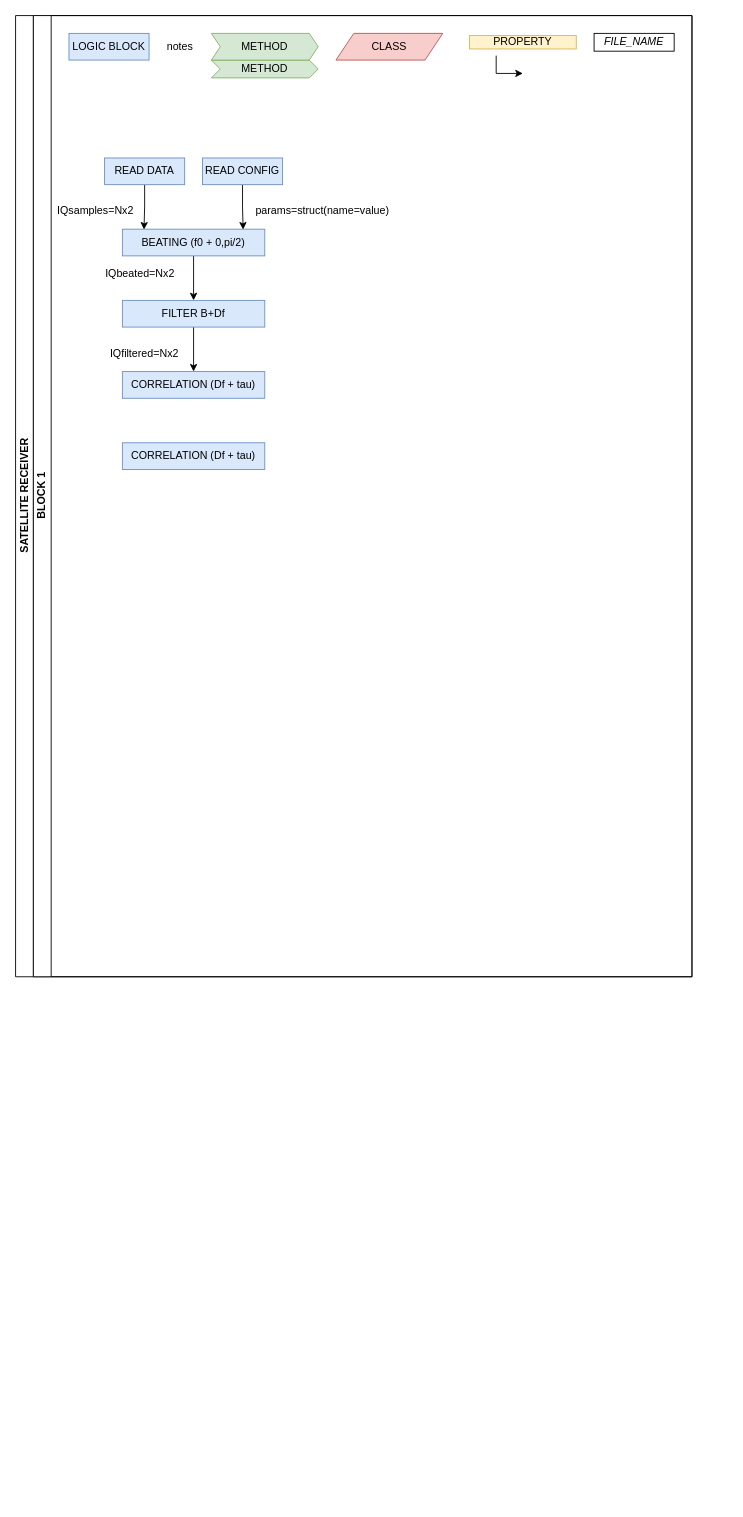
This is RECEIVER_blocks.drawio from DavideTomasella/Satellite-lab, a draw.io file, before an edit. Source tidied: cells renumbered, new cells numbered last; positions are measured from the earlier drawing's top-left corner, leaving out a move shared by most shapes. Both pictures are drawn from the tidied source at 89%, with x=0, y=0 at pixel (15, 15).
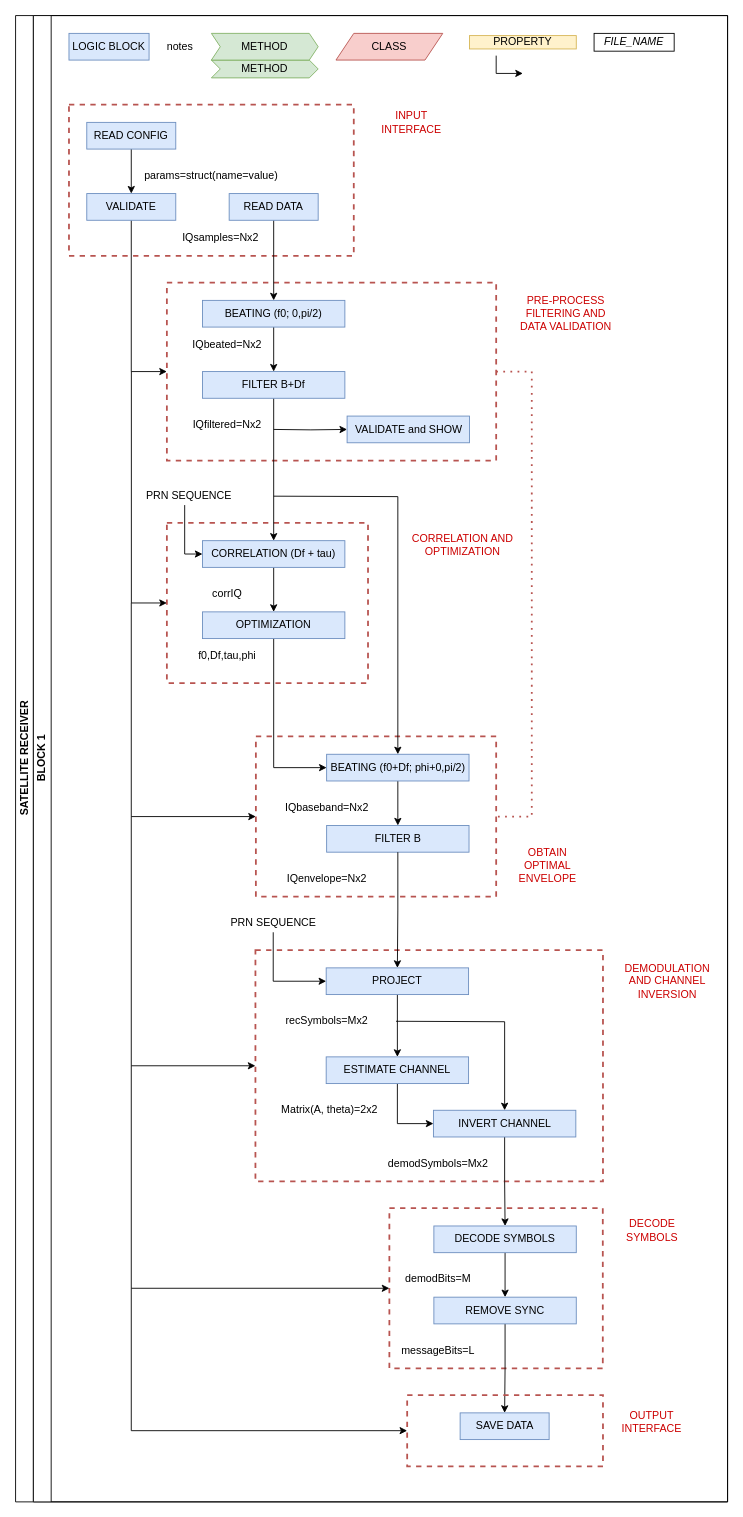
Above is the later version.

Diff of the diagram source:
```diff
@@
     <mxCell id="2" value="SATELLITE RECEIVER" style="swimlane;html=1;horizontal=0;startSize=20;" parent="1" vertex="1">
-      <mxGeometry width="760" height="1080" as="geometry" />
+      <mxGeometry width="800" height="1670" as="geometry" />
     </mxCell>
     <mxCell id="3" value="BLOCK 1" style="swimlane;html=1;startSize=20;horizontal=0;" parent="2" vertex="1">
-      <mxGeometry x="20" width="740" height="1080" as="geometry" />
+      <mxGeometry x="20" width="780" height="1670" as="geometry" />
     </mxCell>
+    <mxCell id="26" style="rounded=0;whiteSpace=wrap;html=1;dashed=1;fillColor=none;strokeColor=#b85450;strokeWidth=2;" parent="3" vertex="1">
+      <mxGeometry x="400" y="1340" width="239.8" height="180" as="geometry" />
+    </mxCell>
+    <mxCell id="27" style="rounded=0;whiteSpace=wrap;html=1;dashed=1;fillColor=none;strokeColor=#b85450;strokeWidth=2;" parent="3" vertex="1">
+      <mxGeometry x="250" y="810" width="270" height="180" as="geometry" />
+    </mxCell>
+    <mxCell id="28" style="rounded=0;whiteSpace=wrap;html=1;dashed=1;fillColor=none;strokeColor=#b85450;strokeWidth=2;" parent="3" vertex="1">
+      <mxGeometry x="150" y="570" width="226" height="180" as="geometry" />
+    </mxCell>
+    <mxCell id="29" style="rounded=0;whiteSpace=wrap;html=1;dashed=1;fillColor=none;strokeColor=#b85450;strokeWidth=2;" parent="3" vertex="1">
+      <mxGeometry x="150" y="300" width="370" height="200" as="geometry" />
+    </mxCell>
+    <mxCell id="30" style="rounded=0;whiteSpace=wrap;html=1;dashed=1;fillColor=none;strokeColor=#b85450;strokeWidth=2;" parent="3" vertex="1">
+      <mxGeometry x="40" y="100" width="320" height="170" as="geometry" />
+    </mxCell>
@@
-    <mxCell id="12" style="edgeStyle=orthogonalEdgeStyle;rounded=0;jettySize=auto;html=1;entryX=0.152;entryY=0.017;entryDx=0;entryDy=0;entryPerimeter=0;" parent="3" edge="1" source="13" target="17">
+    <mxCell id="12" style="edgeStyle=orthogonalEdgeStyle;rounded=0;jettySize=auto;html=1;entryX=0.5;entryY=0;entryDx=0;entryDy=0;" parent="3" edge="1" source="13" target="17">
       <mxGeometry relative="1" as="geometry" />
     </mxCell>
     <mxCell id="13" value="READ DATA" style="rounded=0;whiteSpace=wrap;html=1;fontFamily=Helvetica;fontSize=12;align=center;fillColor=#dae8fc;strokeColor=#6c8ebf;" parent="3" vertex="1">
-      <mxGeometry x="80" y="160" width="90" height="30" as="geometry" />
+      <mxGeometry x="220" y="200" width="100" height="30" as="geometry" />
     </mxCell>
-    <mxCell id="14" style="edgeStyle=orthogonalEdgeStyle;rounded=0;jettySize=auto;html=1;entryX=0.848;entryY=0.017;entryDx=0;entryDy=0;entryPerimeter=0;" parent="3" edge="1" source="15" target="17">
-      <mxGeometry relative="1" as="geometry" />
+    <mxCell id="14" style="edgeStyle=orthogonalEdgeStyle;rounded=0;jettySize=auto;html=1;entryX=0;entryY=0.5;entryDx=0;entryDy=0;" parent="3" edge="1" source="15" target="29">
+      <mxGeometry relative="1" as="geometry">
+        <Array as="points">
+          <mxPoint x="110" y="400" />
+        </Array>
+      </mxGeometry>
     </mxCell>
-    <mxCell id="15" value="READ CONFIG" style="rounded=0;whiteSpace=wrap;html=1;fontFamily=Helvetica;fontSize=12;align=center;fillColor=#dae8fc;strokeColor=#6c8ebf;" parent="3" vertex="1">
-      <mxGeometry x="190" y="160" width="90" height="30" as="geometry" />
+    <mxCell id="15" value="VALIDATE" style="rounded=0;whiteSpace=wrap;html=1;fontFamily=Helvetica;fontSize=12;align=center;fillColor=#dae8fc;strokeColor=#6c8ebf;" parent="3" vertex="1">
+      <mxGeometry x="60" y="200" width="100" height="30" as="geometry" />
     </mxCell>
@@
-    <mxCell id="17" value="BEATING (f0 + 0,pi/2)" style="rounded=0;whiteSpace=wrap;html=1;fontFamily=Helvetica;fontSize=12;align=center;fillColor=#dae8fc;strokeColor=#6c8ebf;" parent="3" vertex="1">
-      <mxGeometry x="100" y="240" width="160" height="30" as="geometry" />
+    <mxCell id="17" value="BEATING (f0; 0,pi/2)" style="rounded=0;whiteSpace=wrap;html=1;fontFamily=Helvetica;fontSize=12;align=center;fillColor=#dae8fc;strokeColor=#6c8ebf;" parent="3" vertex="1">
+      <mxGeometry x="190" y="320" width="160" height="30" as="geometry" />
     </mxCell>
@@
+    <mxCell id="31" style="edgeStyle=orthogonalEdgeStyle;rounded=0;jettySize=auto;html=1;entryX=0;entryY=0.5;entryDx=0;entryDy=0;fontColor=#CC0000;" parent="3" edge="1" target="38">
+      <mxGeometry relative="1" as="geometry">
+        <mxPoint x="270" y="465" as="sourcePoint" />
+      </mxGeometry>
+    </mxCell>
     <mxCell id="19" value="FILTER B+Df" style="rounded=0;whiteSpace=wrap;html=1;fontFamily=Helvetica;fontSize=12;align=center;fillColor=#dae8fc;strokeColor=#6c8ebf;" parent="3" vertex="1">
-      <mxGeometry x="100" y="320" width="160" height="30" as="geometry" />
+      <mxGeometry x="190" y="400" width="160" height="30" as="geometry" />
     </mxCell>
+    <mxCell id="32" style="edgeStyle=orthogonalEdgeStyle;rounded=0;jettySize=auto;html=1;entryX=0;entryY=0.5;entryDx=0;entryDy=0;fontColor=#CC0000;exitX=0.5;exitY=1;exitDx=0;exitDy=0;" parent="3" edge="1" source="47" target="44">
+      <mxGeometry relative="1" as="geometry">
+        <Array as="points">
+          <mxPoint x="270" y="845" />
+        </Array>
+      </mxGeometry>
+    </mxCell>
+    <mxCell id="33" style="edgeStyle=orthogonalEdgeStyle;rounded=0;jettySize=auto;html=1;fontColor=#CC0000;" parent="3" edge="1" source="20" target="47">
+      <mxGeometry relative="1" as="geometry" />
+    </mxCell>
     <mxCell id="20" value="CORRELATION (Df + tau)" style="rounded=0;whiteSpace=wrap;html=1;fontFamily=Helvetica;fontSize=12;align=center;fillColor=#dae8fc;strokeColor=#6c8ebf;" parent="3" vertex="1">
-      <mxGeometry x="100" y="400" width="160" height="30" as="geometry" />
+      <mxGeometry x="190" y="590" width="160" height="30" as="geometry" />
     </mxCell>
     <mxCell id="21" value="params=struct(name=value)" style="text;html=1;strokeColor=none;fillColor=none;align=center;verticalAlign=middle;whiteSpace=wrap;rounded=0;" parent="3" vertex="1">
-      <mxGeometry x="250" y="210" width="150" height="20" as="geometry" />
+      <mxGeometry x="120" y="170" width="160" height="20" as="geometry" />
     </mxCell>
     <mxCell id="22" value="IQsamples=Nx2" style="text;html=1;strokeColor=none;fillColor=none;align=center;verticalAlign=middle;whiteSpace=wrap;rounded=0;" parent="3" vertex="1">
-      <mxGeometry x="30" y="210" width="80" height="20" as="geometry" />
+      <mxGeometry x="162.5" y="240" width="95" height="20" as="geometry" />
     </mxCell>
     <mxCell id="23" value="IQbeated=Nx2" style="text;html=1;strokeColor=none;fillColor=none;align=center;verticalAlign=middle;whiteSpace=wrap;rounded=0;" parent="3" vertex="1">
-      <mxGeometry x="80" y="280" width="80" height="20" as="geometry" />
+      <mxGeometry x="177.5" y="360" width="80" height="20" as="geometry" />
     </mxCell>
     <mxCell id="24" value="IQfiltered=Nx2" style="text;html=1;strokeColor=none;fillColor=none;align=center;verticalAlign=middle;whiteSpace=wrap;rounded=0;" parent="3" vertex="1">
-      <mxGeometry x="85" y="370" width="80" height="20" as="geometry" />
+      <mxGeometry x="177.5" y="450" width="80" height="20" as="geometry" />
     </mxCell>
-    <mxCell id="25" value="CORRELATION (Df + tau)" style="rounded=0;whiteSpace=wrap;html=1;fontFamily=Helvetica;fontSize=12;align=center;fillColor=#dae8fc;strokeColor=#6c8ebf;" parent="3" vertex="1">
-      <mxGeometry x="100" y="480" width="160" height="30" as="geometry" />
-    </mxCell>
+    <mxCell id="34" value="&lt;font color=&quot;#cc0000&quot;&gt;INPUT INTERFACE&lt;/font&gt;" style="text;html=1;strokeColor=none;fillColor=none;align=center;verticalAlign=middle;whiteSpace=wrap;rounded=0;" parent="3" vertex="1">
+      <mxGeometry x="379.5" y="100" width="90" height="40" as="geometry" />
+    </mxCell>
+    <mxCell id="35" value="&lt;font color=&quot;#cc0000&quot;&gt;PRE-PROCESS FILTERING AND DATA VALIDATION&lt;/font&gt;" style="text;html=1;strokeColor=none;fillColor=none;align=center;verticalAlign=middle;whiteSpace=wrap;rounded=0;" parent="3" vertex="1">
+      <mxGeometry x="536" y="310" width="125" height="50" as="geometry" />
+    </mxCell>
+    <mxCell id="36" style="edgeStyle=orthogonalEdgeStyle;rounded=0;jettySize=auto;html=1;fontColor=#CC0000;" parent="3" edge="1" source="37" target="15">
+      <mxGeometry relative="1" as="geometry" />
+    </mxCell>
+    <mxCell id="37" value="READ CONFIG" style="rounded=0;whiteSpace=wrap;html=1;fontFamily=Helvetica;fontSize=12;align=center;fillColor=#dae8fc;strokeColor=#6c8ebf;" parent="3" vertex="1">
+      <mxGeometry x="60" y="120" width="100" height="30" as="geometry" />
+    </mxCell>
+    <mxCell id="38" value="VALIDATE and SHOW" style="rounded=0;whiteSpace=wrap;html=1;fontFamily=Helvetica;fontSize=12;align=center;fillColor=#dae8fc;strokeColor=#6c8ebf;" parent="3" vertex="1">
+      <mxGeometry x="352.5" y="450" width="137.5" height="30" as="geometry" />
+    </mxCell>
+    <mxCell id="39" value="f0,Df,tau,phi" style="text;html=1;strokeColor=none;fillColor=none;align=center;verticalAlign=middle;whiteSpace=wrap;rounded=0;" parent="3" vertex="1">
+      <mxGeometry x="177.5" y="710" width="80" height="20" as="geometry" />
+    </mxCell>
+    <mxCell id="40" style="edgeStyle=orthogonalEdgeStyle;rounded=0;jettySize=auto;html=1;fontColor=#CC0000;entryX=0;entryY=0.5;entryDx=0;entryDy=0;" parent="3" edge="1" source="41" target="20">
+      <mxGeometry relative="1" as="geometry">
+        <Array as="points">
+          <mxPoint x="170" y="605" />
+        </Array>
+      </mxGeometry>
+    </mxCell>
+    <mxCell id="41" value="PRN SEQUENCE" style="text;html=1;strokeColor=none;fillColor=none;align=center;verticalAlign=middle;whiteSpace=wrap;rounded=0;" parent="3" vertex="1">
+      <mxGeometry x="120" y="530" width="110" height="20" as="geometry" />
+    </mxCell>
+    <mxCell id="42" style="edgeStyle=orthogonalEdgeStyle;rounded=0;jettySize=auto;html=1;entryX=0;entryY=0.5;entryDx=0;entryDy=0;" parent="3" edge="1" target="28">
+      <mxGeometry relative="1" as="geometry">
+        <mxPoint x="110.1" y="399.9" as="sourcePoint" />
+        <Array as="points">
+          <mxPoint x="110" y="660" />
+        </Array>
+      </mxGeometry>
+    </mxCell>
+    <mxCell id="43" style="edgeStyle=orthogonalEdgeStyle;rounded=0;jettySize=auto;html=1;fontColor=#CC0000;" parent="3" edge="1" source="44" target="45">
+      <mxGeometry relative="1" as="geometry" />
+    </mxCell>
+    <mxCell id="44" value="BEATING (f0+Df; phi+0,pi/2)" style="rounded=0;whiteSpace=wrap;html=1;fontFamily=Helvetica;fontSize=12;align=center;fillColor=#dae8fc;strokeColor=#6c8ebf;" parent="3" vertex="1">
+      <mxGeometry x="329.5" y="830" width="160" height="30" as="geometry" />
+    </mxCell>
+    <mxCell id="45" value="FILTER B" style="rounded=0;whiteSpace=wrap;html=1;fontFamily=Helvetica;fontSize=12;align=center;fillColor=#dae8fc;strokeColor=#6c8ebf;" parent="3" vertex="1">
+      <mxGeometry x="329.5" y="910" width="160" height="30" as="geometry" />
+    </mxCell>
+    <mxCell id="46" value="&lt;font color=&quot;#cc0000&quot;&gt;CORRELATION AND OPTIMIZATION&lt;/font&gt;" style="text;html=1;strokeColor=none;fillColor=none;align=center;verticalAlign=middle;whiteSpace=wrap;rounded=0;" parent="3" vertex="1">
+      <mxGeometry x="420" y="570" width="125" height="50" as="geometry" />
+    </mxCell>
+    <mxCell id="47" value="OPTIMIZATION" style="rounded=0;whiteSpace=wrap;html=1;fontFamily=Helvetica;fontSize=12;align=center;fillColor=#dae8fc;strokeColor=#6c8ebf;" parent="3" vertex="1">
+      <mxGeometry x="190" y="670" width="160" height="30" as="geometry" />
+    </mxCell>
+    <mxCell id="48" value="corrIQ" style="text;html=1;strokeColor=none;fillColor=none;align=center;verticalAlign=middle;whiteSpace=wrap;rounded=0;" parent="3" vertex="1">
+      <mxGeometry x="177.5" y="640" width="80" height="20" as="geometry" />
+    </mxCell>
+    <mxCell id="49" value="IQbaseband=Nx2" style="text;html=1;strokeColor=none;fillColor=none;align=center;verticalAlign=middle;whiteSpace=wrap;rounded=0;" parent="3" vertex="1">
+      <mxGeometry x="280" y="880" width="100" height="20" as="geometry" />
+    </mxCell>
+    <mxCell id="50" value="IQenvelope=Nx2" style="text;html=1;strokeColor=none;fillColor=none;align=center;verticalAlign=middle;whiteSpace=wrap;rounded=0;" parent="3" vertex="1">
+      <mxGeometry x="280" y="960" width="100" height="20" as="geometry" />
+    </mxCell>
+    <mxCell id="51" value="&lt;font color=&quot;#cc0000&quot;&gt;OBTAIN OPTIMAL ENVELOPE&lt;/font&gt;" style="text;html=1;strokeColor=none;fillColor=none;align=center;verticalAlign=middle;whiteSpace=wrap;rounded=0;" parent="3" vertex="1">
+      <mxGeometry x="536" y="930" width="84" height="50" as="geometry" />
+    </mxCell>
+    <mxCell id="52" style="edgeStyle=orthogonalEdgeStyle;rounded=0;jettySize=auto;html=1;entryX=0;entryY=0.5;entryDx=0;entryDy=0;" parent="3" edge="1" target="27">
+      <mxGeometry relative="1" as="geometry">
+        <mxPoint x="110" y="660" as="sourcePoint" />
+        <Array as="points">
+          <mxPoint x="110" y="900" />
+        </Array>
+      </mxGeometry>
+    </mxCell>
+    <mxCell id="53" style="endArrow=none;dashed=1;html=1;dashPattern=1 3;strokeWidth=2;rounded=0;fontColor=#CC0000;exitX=1;exitY=0.5;exitDx=0;exitDy=0;entryX=1;entryY=0.5;entryDx=0;entryDy=0;fillColor=#f8cecc;strokeColor=#b85450;" parent="3" edge="1" source="29" target="27">
+      <mxGeometry relative="1" as="geometry">
+        <Array as="points">
+          <mxPoint x="560" y="400" />
+          <mxPoint x="560" y="650" />
+          <mxPoint x="560" y="900" />
+        </Array>
+      </mxGeometry>
+    </mxCell>
+    <mxCell id="54" style="rounded=0;whiteSpace=wrap;html=1;dashed=1;fillColor=none;strokeColor=#b85450;strokeWidth=2;" parent="3" vertex="1">
+      <mxGeometry x="249.5" y="1050" width="390.5" height="260" as="geometry" />
+    </mxCell>
+    <mxCell id="55" style="edgeStyle=orthogonalEdgeStyle;rounded=0;jettySize=auto;html=1;fontColor=#CC0000;" parent="3" edge="1" source="56" target="61">
+      <mxGeometry relative="1" as="geometry" />
+    </mxCell>
+    <mxCell id="56" value="PROJECT" style="rounded=0;whiteSpace=wrap;html=1;fontFamily=Helvetica;fontSize=12;align=center;fillColor=#dae8fc;strokeColor=#6c8ebf;" parent="3" vertex="1">
+      <mxGeometry x="329" y="1070" width="160" height="30" as="geometry" />
+    </mxCell>
+    <mxCell id="57" style="edgeStyle=orthogonalEdgeStyle;rounded=0;jettySize=auto;html=1;fontColor=#CC0000;entryX=0;entryY=0.5;entryDx=0;entryDy=0;exitX=0.5;exitY=1;exitDx=0;exitDy=0;" parent="3" edge="1" source="58" target="56">
+      <mxGeometry relative="1" as="geometry" />
+    </mxCell>
+    <mxCell id="58" value="PRN SEQUENCE" style="text;html=1;strokeColor=none;fillColor=none;align=center;verticalAlign=middle;whiteSpace=wrap;rounded=0;" parent="3" vertex="1">
+      <mxGeometry x="214.5" y="1010" width="110" height="20" as="geometry" />
+    </mxCell>
+    <mxCell id="59" style="edgeStyle=orthogonalEdgeStyle;rounded=0;jettySize=auto;html=1;fontColor=#CC0000;entryX=0.5;entryY=0;entryDx=0;entryDy=0;" parent="3" edge="1" source="45" target="56">
+      <mxGeometry relative="1" as="geometry" />
+    </mxCell>
+    <mxCell id="60" style="edgeStyle=orthogonalEdgeStyle;rounded=0;jettySize=auto;html=1;fontColor=#CC0000;entryX=0;entryY=0.5;entryDx=0;entryDy=0;" parent="3" edge="1" source="61" target="64">
+      <mxGeometry relative="1" as="geometry" />
+    </mxCell>
+    <mxCell id="61" value="ESTIMATE CHANNEL" style="rounded=0;whiteSpace=wrap;html=1;fontFamily=Helvetica;fontSize=12;align=center;fillColor=#dae8fc;strokeColor=#6c8ebf;" parent="3" vertex="1">
+      <mxGeometry x="329" y="1170" width="160" height="30" as="geometry" />
+    </mxCell>
+    <mxCell id="62" value="recSymbols=Mx2" style="text;html=1;strokeColor=none;fillColor=none;align=center;verticalAlign=middle;whiteSpace=wrap;rounded=0;" parent="3" vertex="1">
+      <mxGeometry x="279.5" y="1119" width="100" height="20" as="geometry" />
+    </mxCell>
+    <mxCell id="63" style="edgeStyle=orthogonalEdgeStyle;rounded=0;jettySize=auto;html=1;fontColor=#CC0000;" parent="3" edge="1" source="64" target="67">
+      <mxGeometry relative="1" as="geometry" />
+    </mxCell>
+    <mxCell id="64" value="INVERT CHANNEL" style="rounded=0;whiteSpace=wrap;html=1;fontFamily=Helvetica;fontSize=12;align=center;fillColor=#dae8fc;strokeColor=#6c8ebf;" parent="3" vertex="1">
+      <mxGeometry x="449.5" y="1230" width="160" height="30" as="geometry" />
+    </mxCell>
+    <mxCell id="65" value="Matrix(A, theta)=2x2" style="text;html=1;strokeColor=none;fillColor=none;align=center;verticalAlign=middle;whiteSpace=wrap;rounded=0;" parent="3" vertex="1">
+      <mxGeometry x="276" y="1220" width="113.5" height="20" as="geometry" />
+    </mxCell>
+    <mxCell id="66" style="edgeStyle=orthogonalEdgeStyle;rounded=0;jettySize=auto;html=1;fontColor=#CC0000;" parent="3" edge="1" source="67" target="73">
+      <mxGeometry relative="1" as="geometry" />
+    </mxCell>
+    <mxCell id="67" value="DECODE SYMBOLS" style="rounded=0;whiteSpace=wrap;html=1;fontFamily=Helvetica;fontSize=12;align=center;fillColor=#dae8fc;strokeColor=#6c8ebf;" parent="3" vertex="1">
+      <mxGeometry x="450" y="1360" width="160" height="30" as="geometry" />
+    </mxCell>
+    <mxCell id="68" value="demodSymbols=Mx2" style="text;html=1;strokeColor=none;fillColor=none;align=center;verticalAlign=middle;whiteSpace=wrap;rounded=0;" parent="3" vertex="1">
+      <mxGeometry x="400" y="1280" width="110" height="20" as="geometry" />
+    </mxCell>
+    <mxCell id="69" value="&lt;font color=&quot;#cc0000&quot;&gt;DEMODULATION AND CHANNEL INVERSION&lt;/font&gt;" style="text;html=1;strokeColor=none;fillColor=none;align=center;verticalAlign=middle;whiteSpace=wrap;rounded=0;" parent="3" vertex="1">
+      <mxGeometry x="649.5" y="1060" width="125" height="50" as="geometry" />
+    </mxCell>
+    <mxCell id="70" style="edgeStyle=orthogonalEdgeStyle;rounded=0;jettySize=auto;html=1;entryX=0;entryY=0.5;entryDx=0;entryDy=0;" parent="3" edge="1" target="54">
+      <mxGeometry relative="1" as="geometry">
+        <mxPoint x="110" y="900" as="sourcePoint" />
+        <Array as="points">
+          <mxPoint x="110" y="1180" />
+        </Array>
+      </mxGeometry>
+    </mxCell>
+    <mxCell id="71" value="demodBits=M" style="text;html=1;strokeColor=none;fillColor=none;align=center;verticalAlign=middle;whiteSpace=wrap;rounded=0;" parent="3" vertex="1">
+      <mxGeometry x="400" y="1410" width="110" height="20" as="geometry" />
+    </mxCell>
+    <mxCell id="72" style="edgeStyle=orthogonalEdgeStyle;rounded=0;jettySize=auto;html=1;fontColor=#CC0000;entryX=0.5;entryY=0;entryDx=0;entryDy=0;" parent="3" edge="1" source="73" target="78">
+      <mxGeometry relative="1" as="geometry" />
+    </mxCell>
+    <mxCell id="73" value="REMOVE SYNC" style="rounded=0;whiteSpace=wrap;html=1;fontFamily=Helvetica;fontSize=12;align=center;fillColor=#dae8fc;strokeColor=#6c8ebf;" parent="3" vertex="1">
+      <mxGeometry x="450" y="1440" width="160" height="30" as="geometry" />
+    </mxCell>
+    <mxCell id="74" value="messageBits=L" style="text;html=1;strokeColor=none;fillColor=none;align=center;verticalAlign=middle;whiteSpace=wrap;rounded=0;" parent="3" vertex="1">
+      <mxGeometry x="400" y="1490" width="110" height="20" as="geometry" />
+    </mxCell>
+    <mxCell id="75" value="&lt;font color=&quot;#cc0000&quot;&gt;DECODE SYMBOLS&lt;/font&gt;" style="text;html=1;strokeColor=none;fillColor=none;align=center;verticalAlign=middle;whiteSpace=wrap;rounded=0;" parent="3" vertex="1">
+      <mxGeometry x="649.5" y="1340" width="90.5" height="50" as="geometry" />
+    </mxCell>
+    <mxCell id="76" style="edgeStyle=orthogonalEdgeStyle;rounded=0;jettySize=auto;html=1;entryX=0;entryY=0.5;entryDx=0;entryDy=0;" parent="3" edge="1" target="26">
+      <mxGeometry relative="1" as="geometry">
+        <mxPoint x="110" y="1180" as="sourcePoint" />
+        <Array as="points">
+          <mxPoint x="110" y="1430" />
+        </Array>
+      </mxGeometry>
+    </mxCell>
+    <mxCell id="77" style="rounded=0;whiteSpace=wrap;html=1;dashed=1;fillColor=none;strokeColor=#b85450;strokeWidth=2;" parent="3" vertex="1">
+      <mxGeometry x="420" y="1550" width="220" height="80" as="geometry" />
+    </mxCell>
+    <mxCell id="78" value="SAVE DATA" style="rounded=0;whiteSpace=wrap;html=1;fontFamily=Helvetica;fontSize=12;align=center;fillColor=#dae8fc;strokeColor=#6c8ebf;" parent="3" vertex="1">
+      <mxGeometry x="479.5" y="1570" width="100" height="30" as="geometry" />
+    </mxCell>
+    <mxCell id="79" value="&lt;font color=&quot;#cc0000&quot;&gt;OUTPUT INTERFACE&lt;/font&gt;" style="text;html=1;strokeColor=none;fillColor=none;align=center;verticalAlign=middle;whiteSpace=wrap;rounded=0;" parent="3" vertex="1">
+      <mxGeometry x="650" y="1560" width="90" height="40" as="geometry" />
+    </mxCell>
+    <mxCell id="80" style="edgeStyle=orthogonalEdgeStyle;rounded=0;jettySize=auto;html=1;entryX=0;entryY=0.5;entryDx=0;entryDy=0;" parent="3" edge="1" target="77">
+      <mxGeometry relative="1" as="geometry">
+        <mxPoint x="110" y="1430" as="sourcePoint" />
+        <Array as="points">
+          <mxPoint x="110" y="1590" />
+        </Array>
+      </mxGeometry>
+    </mxCell>
+    <mxCell id="81" style="edgeStyle=orthogonalEdgeStyle;rounded=0;jettySize=auto;html=1;entryX=0.5;entryY=0;entryDx=0;entryDy=0;" parent="1" edge="1" target="44">
+      <mxGeometry relative="1" as="geometry">
+        <mxPoint x="290" y="540" as="sourcePoint" />
+      </mxGeometry>
+    </mxCell>
+    <mxCell id="82" style="edgeStyle=orthogonalEdgeStyle;rounded=0;jettySize=auto;html=1;fontColor=#CC0000;" parent="1" edge="1" target="64">
+      <mxGeometry relative="1" as="geometry">
+        <mxPoint x="427.5" y="1130" as="sourcePoint" />
+      </mxGeometry>
+    </mxCell>
```
